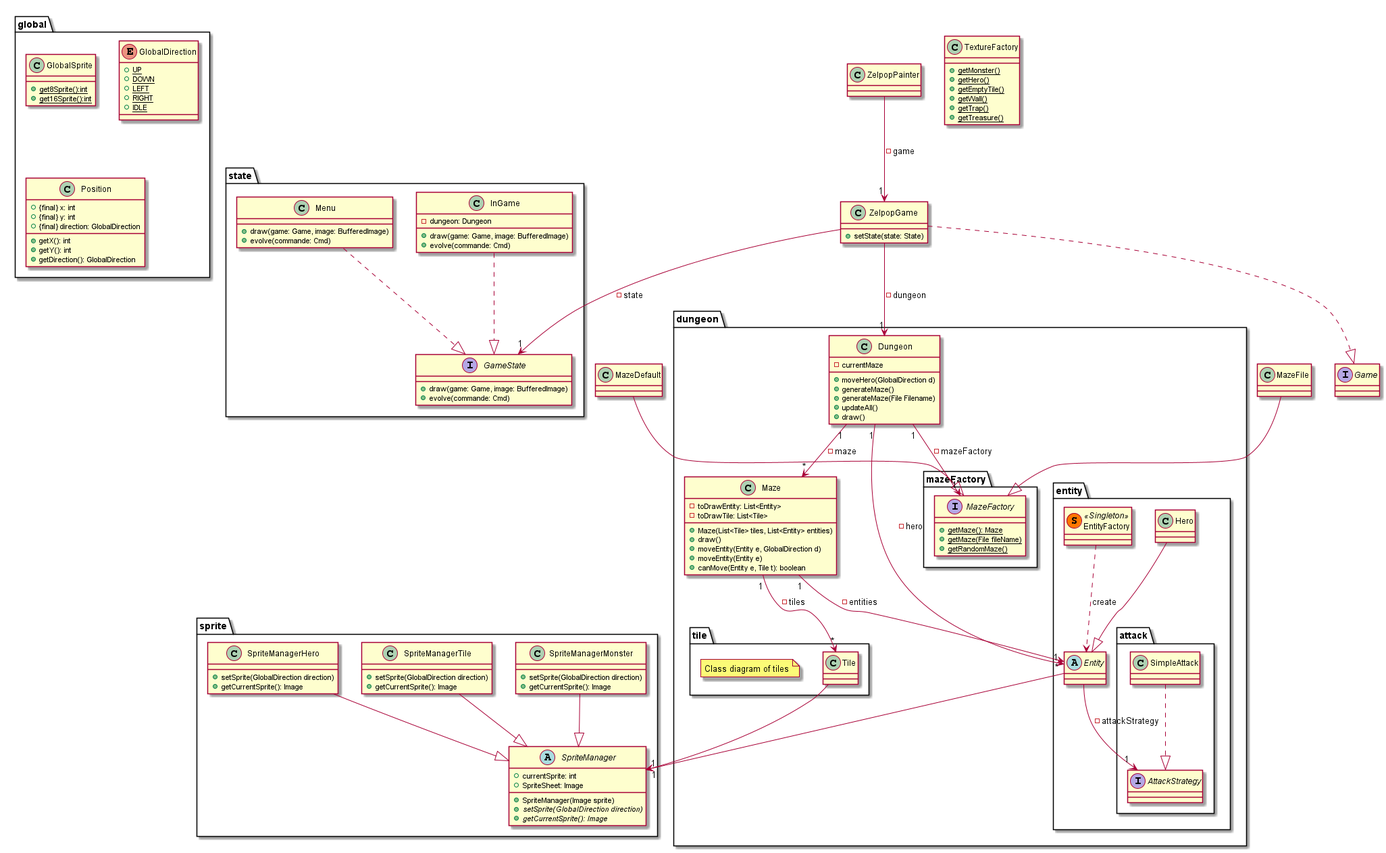
The PlantUML diagram doc/second_sprint/diagrams/class/global.png in Reynault/ACL_2019_Zelpop, before a commit. Source of this version:
```plantuml
@startuml

class ZelpopGame{
    + setState(state: State)
}

package state{
    interface GameState{
        + draw(game: Game, image: BufferedImage)
        + evolve(commande: Cmd)
    }

    class InGame{
        - dungeon: Dungeon

        + draw(game: Game, image: BufferedImage)
        + evolve(commande: Cmd)
    }

    class Menu{
        + draw(game: Game, image: BufferedImage)
        + evolve(commande: Cmd)
    }
}

InGame ..|> GameState
Menu ..|> GameState

ZelpopGame --> "1" GameState: - state

interface Game{

}

package dungeon{

    class Dungeon{
        - currentMaze
        + moveHero(GlobalDirection d)
        + generateMaze()
        + generateMaze(File Filename)
        + updateAll()
        + draw()
    }

    class Maze{
        - toDrawEntity: List<Entity>
        - toDrawTile: List<Tile>
        + Maze(List<Tile> tiles, List<Entity> entities)
        + draw()
        + moveEntity(Entity e, GlobalDirection d)
        + moveEntity(Entity e)
        + canMove(Entity e, Tile t): boolean
    }

    package tile{

        class Tile{

        }

        note "Class diagram of tiles" as N1

    }

    package entity{

        abstract Entity{

        }

        class Hero{

        }

        class EntityFactory << (S,#FF7700) Singleton >>{

        }

        package attack{

            interface AttackStrategy{
            }

            class SimpleAttack{
            }

        }

    }

    package mazeFactory{

        interface MazeFactory{
            + {static} getMaze(): Maze
            + {static} getMaze(File fileName)
            + {static} getRandomMaze()
        }

    }

}


class ZelpopPainter{

}

class TextureFactory{
    + {static}getMonster()
    + {static}getHero()
    + {static}getEmptyTile()
    + {static}getWall()
    + {static}getTrap()
    + {static}getTreasure()
}

package sprite{

    abstract SpriteManager{
        + currentSprite: int
        + SpriteSheet: Image
        + SpriteManager(Image sprite)
        + {abstract} setSprite(GlobalDirection direction)
        + {abstract} getCurrentSprite(): Image
    }

    class SpriteManagerHero{
        + setSprite(GlobalDirection direction)
        + getCurrentSprite(): Image
    }

    class SpriteManagerMonster{
        + setSprite(GlobalDirection direction)
        + getCurrentSprite(): Image
    }

    class SpriteManagerTile{
        + setSprite(GlobalDirection direction)
        + getCurrentSprite(): Image
    }

}

SpriteManagerHero --|> SpriteManager
SpriteManagerMonster --|> SpriteManager
SpriteManagerTile --|> SpriteManager

package global{

    class GlobalSprite{
        + {static} get8Sprite():int
        + {static} get16Sprite():int
    }

    enum GlobalDirection{
        + {static} UP
        + {static} DOWN
        + {static} LEFT
        + {static} RIGHT
        + {static} IDLE
    }

    class Position{
        + {final} x: int
        + {final} y: int
        + {final} direction: GlobalDirection
        + getX(): int
        + getY(): int
        + getDirection(): GlobalDirection
    }

}

MazeDefault --|> MazeFactory

Dungeon "1" --> "*" Maze: -maze
Dungeon "1" --> "1" MazeFactory: -mazeFactory

Maze "1" --> "*" Tile: -tiles
Maze "1" --> "*" Entity: -entities

EntityFactory ..> Entity : create

ZelpopGame ..|> Game
ZelpopGame --> "1" Dungeon: -dungeon

ZelpopPainter --> "1" ZelpopGame: - game

Hero --|> Entity

Dungeon "1" --> "1" Entity : -hero

MazeFile --|> MazeFactory

Tile --> "1" SpriteManager

Entity --> "1" SpriteManager
Entity --> "1" AttackStrategy: - attackStrategy

SimpleAttack ..|> AttackStrategy
@enduml
```
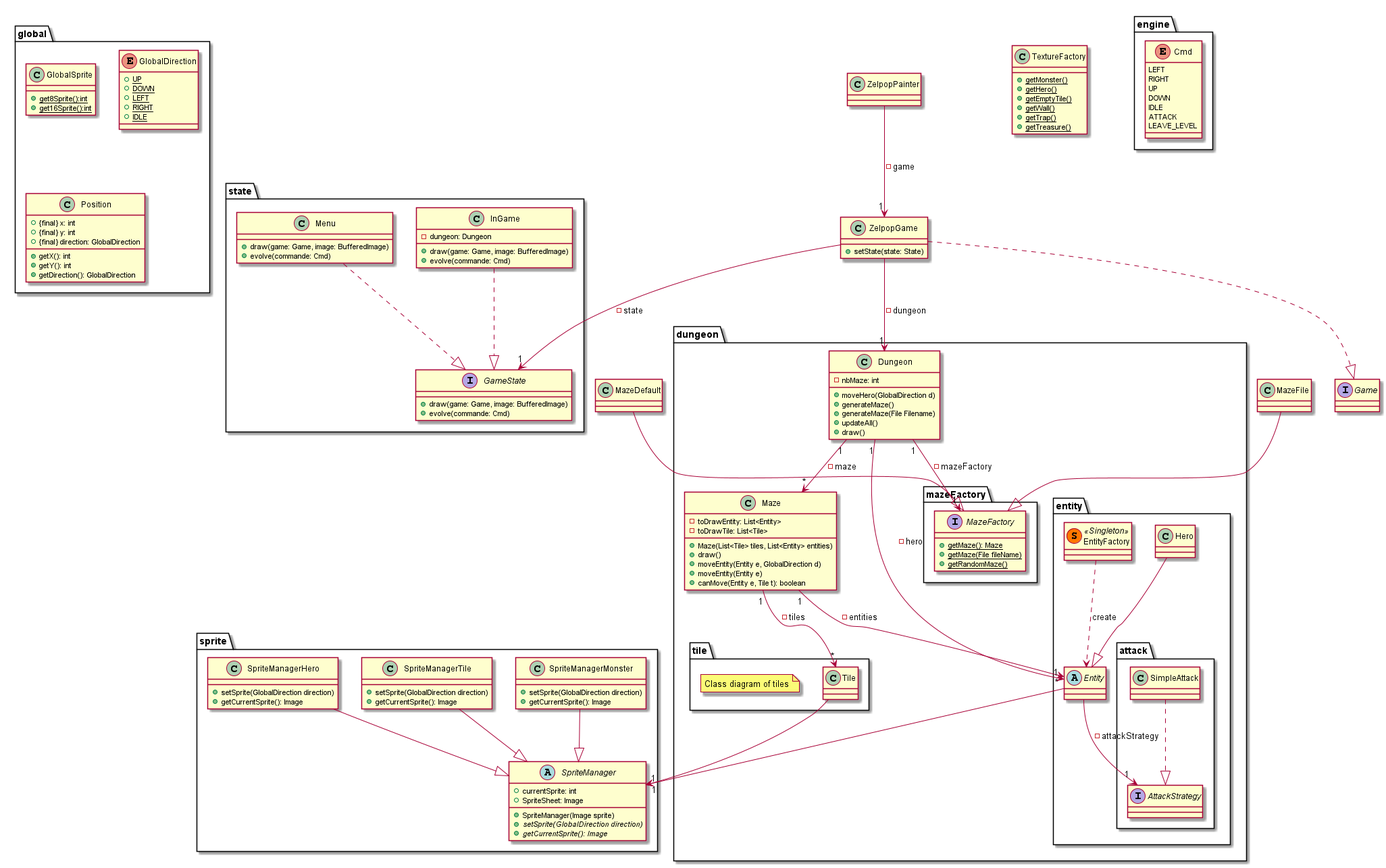
The same diagram one commit later.

Commit message:
second sprint: update class diagrams, adding attack sequences diagram

What changed in the source:
```diff
@@ -35,7 +35,7 @@
 package dungeon{
 
     class Dungeon{
-        - currentMaze
+        - nbMaze: int
         + moveHero(GlobalDirection d)
         + generateMaze()
         + generateMaze(File Filename)
@@ -172,6 +172,18 @@
 
 }
 
+package engine{
+    enum Cmd{
+        LEFT
+        RIGHT
+        UP
+        DOWN
+        IDLE
+        ATTACK
+        LEAVE_LEVEL
+    }
+}
+
 MazeDefault --|> MazeFactory
 
 Dungeon "1" --> "*" Maze: -maze
```
